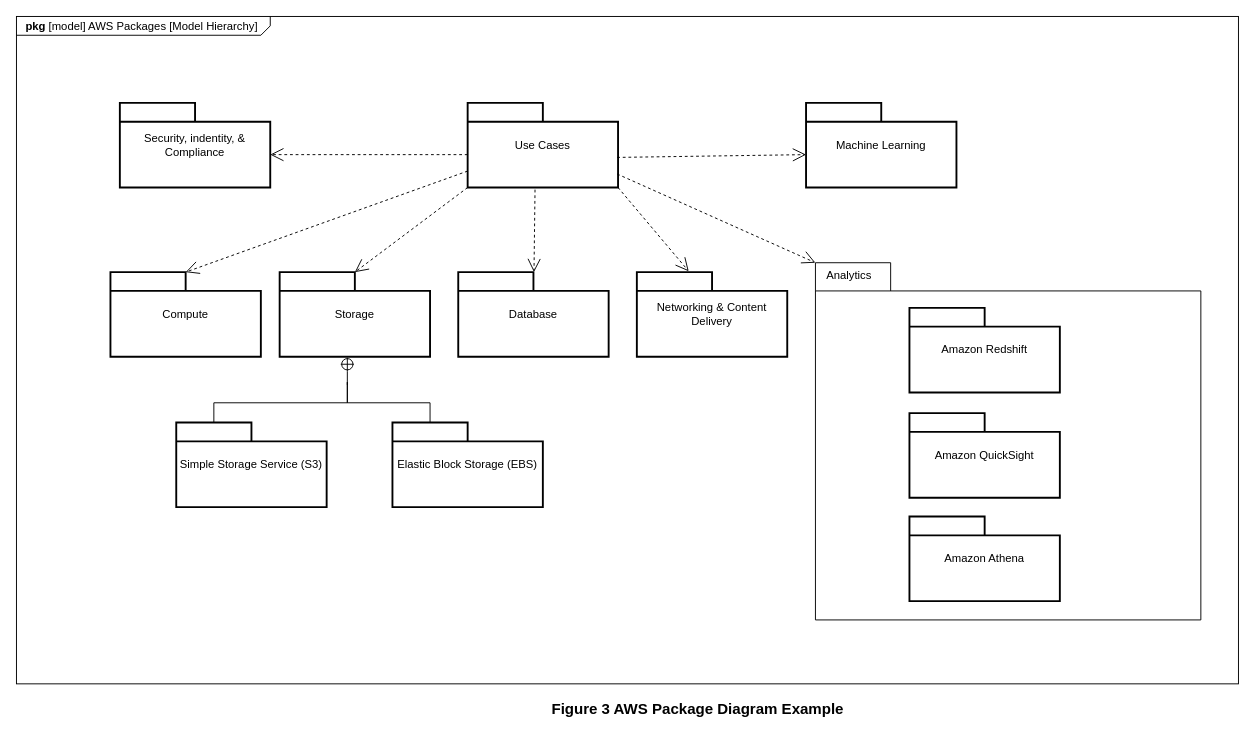
Before: page "Model Hierarchy" (1 of 2) of AWS Packages/AWS Packages.drawio in JeffreyWerth/AWS-Architecture-Model-Repository, a draw.io diagram. Source tidied: cells renumbered, new cells numbered last; positions are measured from the earlier drawing's top-left corner, leaving out a move shared by most shapes. Both pictures are drawn from the tidied source at 94%, with x=0, y=0 at pixel (16, 16).
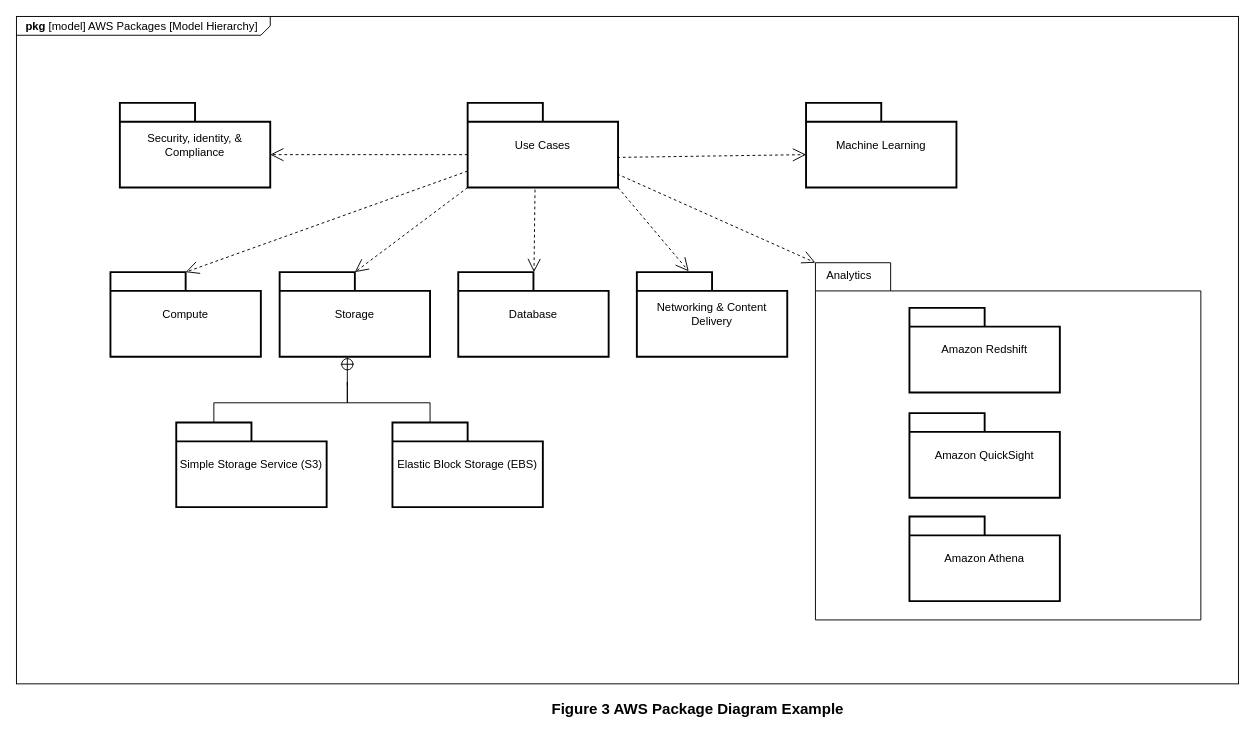
The same diagram, later.

The edit, as a diff of the source:
```diff
@@
-    <mxCell id="9" value="Security, indentity, &amp;amp; Compliance" style="shape=folder;tabWidth=80;tabHeight=20;tabPosition=left;strokeWidth=2;html=1;whiteSpace=wrap;align=center;" parent="1" vertex="1">
+    <mxCell id="9" value="Security, identity, &amp;amp; Compliance" style="shape=folder;tabWidth=80;tabHeight=20;tabPosition=left;strokeWidth=2;html=1;whiteSpace=wrap;align=center;" parent="1" vertex="1">
       <mxGeometry x="110" y="92" width="160" height="90" as="geometry" />
     </mxCell>
```
